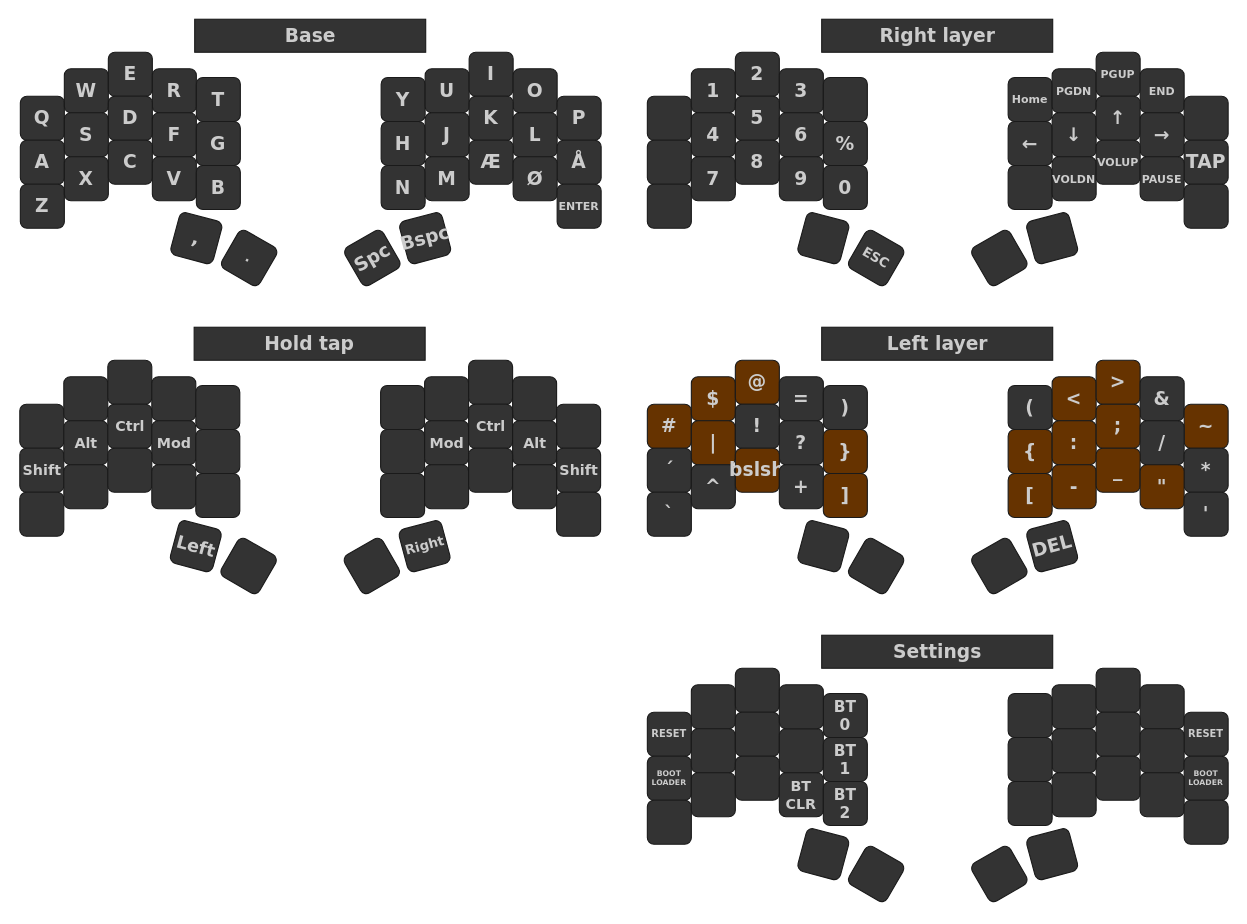
SofusA/zmk-config keeps this draw.io diagram as keymap.drawio. Above is the earlier version. Source tidied: cells renumbered, new cells numbered last; positions are measured from the earlier drawing's top-left corner, leaving out a move shared by most shapes. Both pictures are drawn from the tidied source at 110%, with x=0, y=0 at pixel (20, 19).
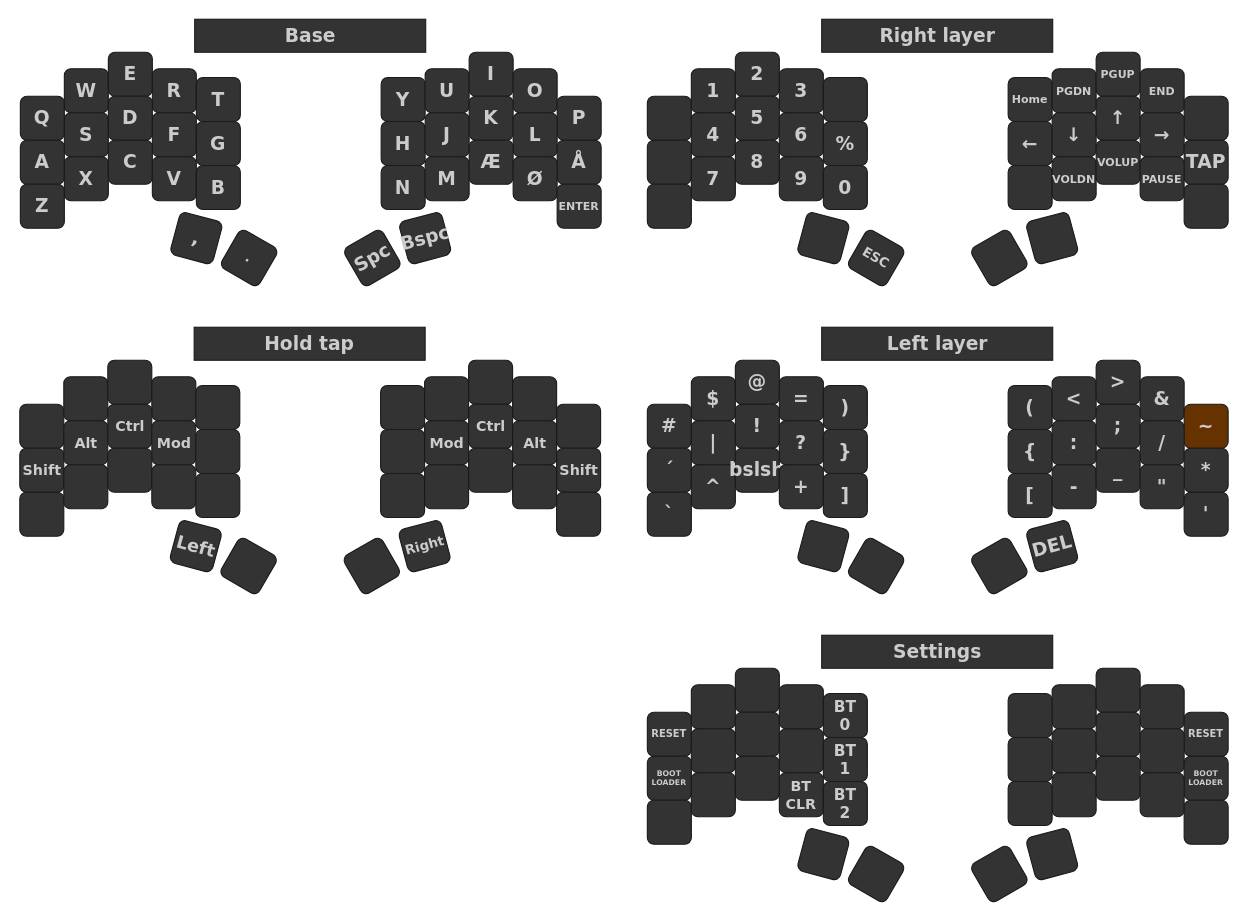
The same page after the edit.

Change to the diagram source:
```diff
@@
-    <mxCell id="108" value="#" style="whiteSpace=wrap;html=1;fontSize=17;fontFamily=Verdana;fontStyle=1;fontColor=#CCCCCC;fillColor=#663300;rounded=1;strokeColor=#1A1A1A;" parent="1" vertex="1">
+    <mxCell id="108" value="#" style="whiteSpace=wrap;html=1;fontSize=17;fontFamily=Verdana;fontStyle=1;fontColor=#CCCCCC;fillColor=#333333;rounded=1;strokeColor=#1A1A1A;" parent="1" vertex="1">
       <mxGeometry x="570" y="350" width="40" height="40" as="geometry" />
     </mxCell>
-    <mxCell id="109" value="$" style="whiteSpace=wrap;html=1;fontSize=17;fontFamily=Verdana;fontStyle=1;fontColor=#CCCCCC;fillColor=#663300;rounded=1;strokeColor=#1A1A1A;" parent="1" vertex="1">
+    <mxCell id="109" value="$" style="whiteSpace=wrap;html=1;fontSize=17;fontFamily=Verdana;fontStyle=1;fontColor=#CCCCCC;fillColor=#333333;rounded=1;strokeColor=#1A1A1A;" parent="1" vertex="1">
       <mxGeometry x="610" y="325" width="40" height="40" as="geometry" />
     </mxCell>
-    <mxCell id="110" value="@" style="whiteSpace=wrap;html=1;fontSize=17;fontFamily=Verdana;fontStyle=1;fontColor=#CCCCCC;fillColor=#663300;rounded=1;strokeColor=#1A1A1A;" parent="1" vertex="1">
+    <mxCell id="110" value="@" style="whiteSpace=wrap;html=1;fontSize=17;fontFamily=Verdana;fontStyle=1;fontColor=#CCCCCC;fillColor=#333333;rounded=1;strokeColor=#1A1A1A;" parent="1" vertex="1">
       <mxGeometry x="650" y="310" width="40" height="40" as="geometry" />
     </mxCell>
@@
-    <mxCell id="114" value="|" style="whiteSpace=wrap;html=1;fontSize=17;fontFamily=Verdana;fontStyle=1;fontColor=#CCCCCC;fillColor=#663300;rounded=1;strokeColor=#1A1A1A;" parent="1" vertex="1">
+    <mxCell id="114" value="|" style="whiteSpace=wrap;html=1;fontSize=17;fontFamily=Verdana;fontStyle=1;fontColor=#CCCCCC;fillColor=#333333;rounded=1;strokeColor=#1A1A1A;" parent="1" vertex="1">
       <mxGeometry x="610" y="365" width="40" height="40" as="geometry" />
     </mxCell>
@@
-    <mxCell id="117" value="}" style="whiteSpace=wrap;html=1;fontSize=17;fontFamily=Verdana;fontStyle=1;fontColor=#CCCCCC;fillColor=#663300;rounded=1;strokeColor=#1A1A1A;" parent="1" vertex="1">
+    <mxCell id="117" value="}" style="whiteSpace=wrap;html=1;fontSize=17;fontFamily=Verdana;fontStyle=1;fontColor=#CCCCCC;fillColor=#333333;rounded=1;strokeColor=#1A1A1A;" parent="1" vertex="1">
       <mxGeometry x="730" y="373" width="40" height="40" as="geometry" />
     </mxCell>
@@
-    <mxCell id="120" value="bslsh" style="whiteSpace=wrap;html=1;fontSize=17;fontFamily=Verdana;fontStyle=1;fontColor=#CCCCCC;fillColor=#663300;rounded=1;strokeColor=#1A1A1A;" parent="1" vertex="1">
+    <mxCell id="120" value="bslsh" style="whiteSpace=wrap;html=1;fontSize=17;fontFamily=Verdana;fontStyle=1;fontColor=#CCCCCC;fillColor=#333333;rounded=1;strokeColor=#1A1A1A;" parent="1" vertex="1">
       <mxGeometry x="650" y="390" width="40" height="40" as="geometry" />
     </mxCell>
@@
-    <mxCell id="122" value="]" style="whiteSpace=wrap;html=1;fontSize=17;fontFamily=Verdana;fontStyle=1;fontColor=#CCCCCC;fillColor=#663300;rounded=1;strokeColor=#1A1A1A;" parent="1" vertex="1">
+    <mxCell id="122" value="]" style="whiteSpace=wrap;html=1;fontSize=17;fontFamily=Verdana;fontStyle=1;fontColor=#CCCCCC;fillColor=#333333;rounded=1;strokeColor=#1A1A1A;" parent="1" vertex="1">
       <mxGeometry x="730" y="413" width="40" height="40" as="geometry" />
     </mxCell>
@@
-    <mxCell id="126" value="&amp;lt;" style="whiteSpace=wrap;html=1;fontSize=17;fontFamily=Verdana;fontStyle=1;fontColor=#CCCCCC;fillColor=#663300;rounded=1;strokeColor=#1A1A1A;" parent="1" vertex="1">
+    <mxCell id="126" value="&amp;lt;" style="whiteSpace=wrap;html=1;fontSize=17;fontFamily=Verdana;fontStyle=1;fontColor=#CCCCCC;fillColor=#333333;rounded=1;strokeColor=#1A1A1A;" parent="1" vertex="1">
       <mxGeometry x="938" y="325" width="40" height="40" as="geometry" />
     </mxCell>
-    <mxCell id="127" value="&amp;gt;" style="whiteSpace=wrap;html=1;fontSize=17;fontFamily=Verdana;fontStyle=1;fontColor=#CCCCCC;fillColor=#663300;rounded=1;strokeColor=#1A1A1A;" parent="1" vertex="1">
+    <mxCell id="127" value="&amp;gt;" style="whiteSpace=wrap;html=1;fontSize=17;fontFamily=Verdana;fontStyle=1;fontColor=#CCCCCC;fillColor=#333333;rounded=1;strokeColor=#1A1A1A;" parent="1" vertex="1">
       <mxGeometry x="978" y="310" width="40" height="40" as="geometry" />
     </mxCell>
@@
-    <mxCell id="130" value="{" style="whiteSpace=wrap;html=1;fontSize=17;fontFamily=Verdana;fontStyle=1;fontColor=#CCCCCC;fillColor=#663300;rounded=1;strokeColor=#1A1A1A;" parent="1" vertex="1">
+    <mxCell id="130" value="{" style="whiteSpace=wrap;html=1;fontSize=17;fontFamily=Verdana;fontStyle=1;fontColor=#CCCCCC;fillColor=#333333;rounded=1;strokeColor=#1A1A1A;" parent="1" vertex="1">
       <mxGeometry x="898" y="373" width="40" height="40" as="geometry" />
     </mxCell>
-    <mxCell id="131" value=":" style="whiteSpace=wrap;html=1;fontSize=17;fontFamily=Verdana;fontStyle=1;fontColor=#CCCCCC;fillColor=#663300;rounded=1;strokeColor=#1A1A1A;" parent="1" vertex="1">
+    <mxCell id="131" value=":" style="whiteSpace=wrap;html=1;fontSize=17;fontFamily=Verdana;fontStyle=1;fontColor=#CCCCCC;fillColor=#333333;rounded=1;strokeColor=#1A1A1A;" parent="1" vertex="1">
       <mxGeometry x="938" y="365" width="40" height="40" as="geometry" />
     </mxCell>
-    <mxCell id="132" value=";" style="whiteSpace=wrap;html=1;fontSize=17;fontFamily=Verdana;fontStyle=1;fontColor=#CCCCCC;fillColor=#663300;rounded=1;strokeColor=#1A1A1A;" parent="1" vertex="1">
+    <mxCell id="132" value=";" style="whiteSpace=wrap;html=1;fontSize=17;fontFamily=Verdana;fontStyle=1;fontColor=#CCCCCC;fillColor=#333333;rounded=1;strokeColor=#1A1A1A;" parent="1" vertex="1">
       <mxGeometry x="978" y="350" width="40" height="40" as="geometry" />
     </mxCell>
@@
-    <mxCell id="135" value="[" style="whiteSpace=wrap;html=1;fontSize=17;fontFamily=Verdana;fontStyle=1;fontColor=#CCCCCC;fillColor=#663300;rounded=1;strokeColor=#1A1A1A;" parent="1" vertex="1">
+    <mxCell id="135" value="[" style="whiteSpace=wrap;html=1;fontSize=17;fontFamily=Verdana;fontStyle=1;fontColor=#CCCCCC;fillColor=#333333;rounded=1;strokeColor=#1A1A1A;" parent="1" vertex="1">
       <mxGeometry x="898" y="413" width="40" height="40" as="geometry" />
     </mxCell>
-    <mxCell id="136" value="-" style="whiteSpace=wrap;html=1;fontSize=17;fontFamily=Verdana;fontStyle=1;fontColor=#CCCCCC;fillColor=#663300;rounded=1;strokeColor=#1A1A1A;" parent="1" vertex="1">
+    <mxCell id="136" value="-" style="whiteSpace=wrap;html=1;fontSize=17;fontFamily=Verdana;fontStyle=1;fontColor=#CCCCCC;fillColor=#333333;rounded=1;strokeColor=#1A1A1A;" parent="1" vertex="1">
       <mxGeometry x="938" y="405" width="40" height="40" as="geometry" />
     </mxCell>
-    <mxCell id="137" value="_" style="whiteSpace=wrap;html=1;fontSize=17;fontFamily=Verdana;fontStyle=1;fontColor=#CCCCCC;fillColor=#663300;rounded=1;strokeColor=#1A1A1A;" parent="1" vertex="1">
+    <mxCell id="137" value="_" style="whiteSpace=wrap;html=1;fontSize=17;fontFamily=Verdana;fontStyle=1;fontColor=#CCCCCC;fillColor=#333333;rounded=1;strokeColor=#1A1A1A;" parent="1" vertex="1">
       <mxGeometry x="978" y="390" width="40" height="40" as="geometry" />
     </mxCell>
-    <mxCell id="138" value="&quot;" style="whiteSpace=wrap;html=1;fontSize=17;fontFamily=Verdana;fontStyle=1;fontColor=#CCCCCC;fillColor=#663300;rounded=1;strokeColor=#1A1A1A;" parent="1" vertex="1">
+    <mxCell id="138" value="&quot;" style="whiteSpace=wrap;html=1;fontSize=17;fontFamily=Verdana;fontStyle=1;fontColor=#CCCCCC;fillColor=#333333;rounded=1;strokeColor=#1A1A1A;" parent="1" vertex="1">
       <mxGeometry x="1018" y="405" width="40" height="40" as="geometry" />
     </mxCell>
```
